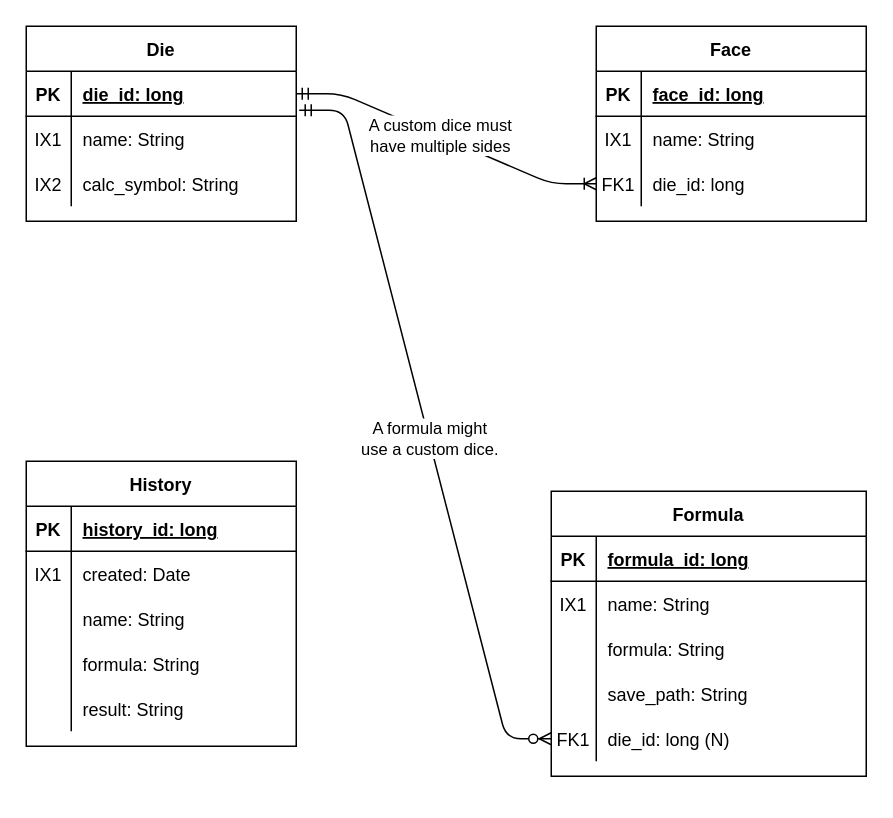
This is docs/work/erd.drawio from ddc-java-12/personal-android-project-darbach, a draw.io file, before an edit. Source tidied: cells renumbered, new cells numbered last; positions are measured from the earlier drawing's top-left corner, leaving out a move shared by most shapes. Both pictures are drawn from the tidied source at 150%, with x=0, y=0 at pixel (26, 26).
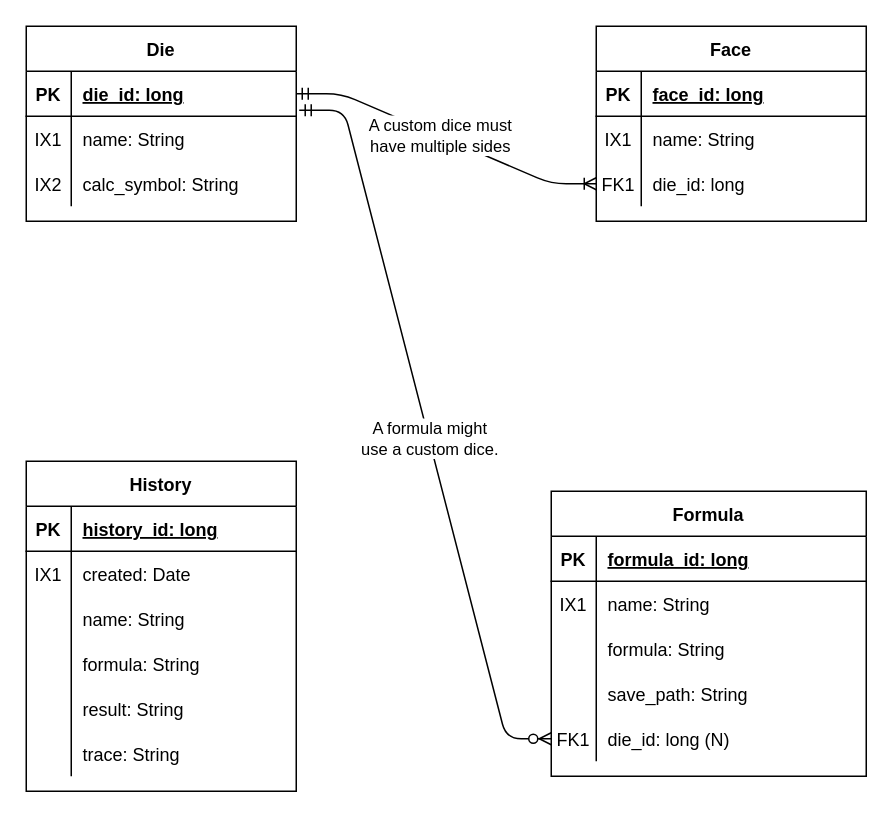
The same page after the edit.

Change to the diagram source:
```diff
@@
     <mxCell id="40" value="History" style="shape=table;startSize=30;childLayout=tableLayout;rowLines=0;fontStyle=1;align=center;" parent="1" vertex="1">
-      <mxGeometry y="290" width="180" height="190" as="geometry" />
+      <mxGeometry y="290" width="180" height="220" as="geometry" />
     </mxCell>
@@
+    <mxCell id="58" style="shape=partialRectangle;fillColor=none;top=0;left=0;bottom=0;right=0;" parent="40" vertex="1">
+      <mxGeometry y="180" width="180" height="30" as="geometry" />
+    </mxCell>
+    <mxCell id="59" style="shape=partialRectangle;fillColor=none;top=0;left=0;bottom=0;right=0;overflow=hidden;" parent="58" vertex="1">
+      <mxGeometry width="30" height="30" as="geometry" />
+    </mxCell>
+    <mxCell id="60" value="trace: String" style="shape=partialRectangle;fillColor=none;top=0;left=0;bottom=0;right=0;align=left;spacingLeft=6;overflow=hidden;" parent="58" vertex="1">
+      <mxGeometry x="30" width="150" height="30" as="geometry" />
+    </mxCell>
```
